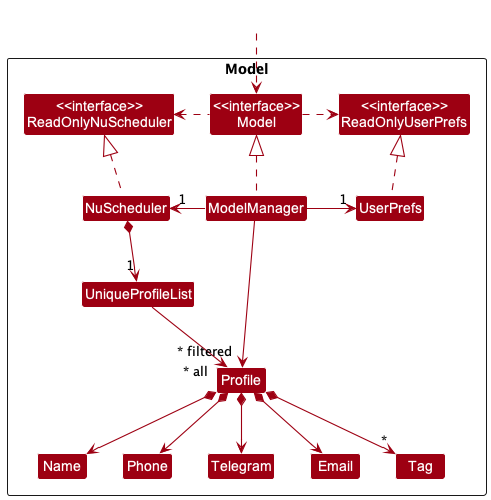
nus-cs2103-AY2223S1/tp keeps this PlantUML diagram as docs/images/ModelClassDiagram.png. Above is the earlier version.
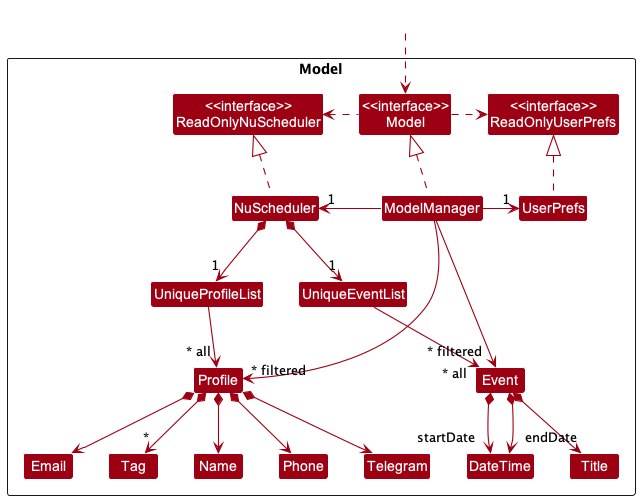
The same file after the commit.

The edit, as a diff of the source:
```diff
@@ -13,6 +13,10 @@
 Class UserPrefs
 
 Class UniqueProfileList
+Class UniqueEventList
+Class Event
+Class DateTime
+Class Title
 Class Profile
 Class Telegram
 Class Email
@@ -42,9 +46,16 @@
 Profile *--> Telegram
 Profile *--> "*" Tag
 
+NuScheduler *--> "1" UniqueEventList
+UniqueEventList --> "~* all" Event
+Event *--> Title
+Event *--> "startDate" DateTime
+Event *--> "endDate" DateTime
+
 Name -[hidden]right-> Phone
 Phone -[hidden]right-> Telegram
 Telegram -[hidden]right-> Email
 
-ModelManager -->"~* filtered" Profile
+ModelManager ->"~* filtered" Profile
+ModelManager ->"~* filtered" Event
 @enduml
```
